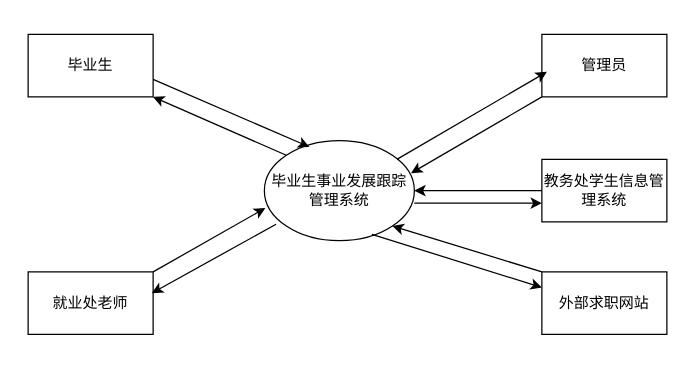
Above: 数据流图.drawio in Ringo-linqin/drawio (draw.io), before the change. Source tidied: cells renumbered, new cells numbered last; positions are measured from the earlier drawing's top-left corner, leaving out a move shared by most shapes. Both pictures are drawn from the tidied source at 125%, with x=0, y=0 at pixel (28, 34).
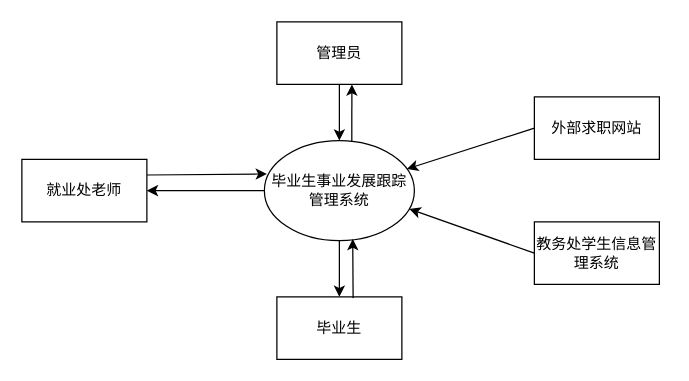
The same page after the edit.

Commit message:
更新数据流图.drawio

Unchanged cells that the change refers to:
```xml
<mxCell id="3" value="毕业生事业发展跟踪管理系统" style="shape=ellipse;html=1;dashed=0;whiteSpace=wrap;perimeter=ellipsePerimeter;" parent="1" vertex="1">
  <mxGeometry x="189" y="85" width="120" height="80" as="geometry" />
</mxCell>
```

The edit, as a diff of the source:
```diff
@@
-    <mxCell id="2" style="rounded=0;jettySize=auto;html=1;exitX=0;exitY=0;exitDx=0;exitDy=0;entryX=1;entryY=1;entryDx=0;entryDy=0;" parent="1" edge="1" source="3" target="5">
+    <mxCell id="2" style="edgeStyle=orthogonalEdgeStyle;rounded=0;jettySize=auto;html=1;exitX=0.5;exitY=1;exitDx=0;exitDy=0;" parent="1" edge="1" source="3" target="5">
       <mxGeometry relative="1" as="geometry" />
     </mxCell>
@@
-    <mxCell id="4" style="rounded=0;orthogonalLoop=1;jettySize=auto;html=1;exitX=1;exitY=0.5;exitDx=0;exitDy=0;" parent="1" edge="1">
-      <mxGeometry relative="1" as="geometry">
-        <mxPoint x="100" y="36" as="sourcePoint" />
-        <mxPoint x="225" y="90" as="targetPoint" />
-      </mxGeometry>
-    </mxCell>
     <mxCell id="5" value="毕业生" style="html=1;dashed=0;whiteSpace=wrap;" parent="1" vertex="1">
-      <mxGeometry width="100" height="50" as="geometry" />
+      <mxGeometry x="199" y="210" width="100" height="50" as="geometry" />
     </mxCell>
-    <mxCell id="6" style="rounded=0;jettySize=auto;html=1;exitX=1;exitY=0;exitDx=0;exitDy=0;entryX=0.006;entryY=0.675;entryDx=0;entryDy=0;entryPerimeter=0;" parent="1" edge="1" source="7" target="3">
+    <mxCell id="6" style="rounded=0;jettySize=auto;html=1;exitX=1;exitY=0.25;exitDx=0;exitDy=0;entryX=0.017;entryY=0.333;entryDx=0;entryDy=0;entryPerimeter=0;" parent="1" edge="1" source="7" target="3">
       <mxGeometry relative="1" as="geometry" />
     </mxCell>
+    <mxCell id="18" style="edgeStyle=orthogonalEdgeStyle;rounded=0;jettySize=auto;html=1;entryX=1;entryY=0.5;entryDx=0;entryDy=0;" parent="1" edge="1" source="3" target="7">
+      <mxGeometry relative="1" as="geometry" />
+    </mxCell>
     <mxCell id="7" value="就业处老师" style="html=1;dashed=0;whiteSpace=wrap;" parent="1" vertex="1">
-      <mxGeometry y="190" width="100" height="50" as="geometry" />
+      <mxGeometry x="-5" y="100" width="100" height="50" as="geometry" />
     </mxCell>
-    <mxCell id="8" style="rounded=0;jettySize=auto;html=1;exitX=0;exitY=1;exitDx=0;exitDy=0;entryX=0.978;entryY=0.325;entryDx=0;entryDy=0;entryPerimeter=0;" parent="1" edge="1" source="9" target="3">
+    <mxCell id="8" style="edgeStyle=orthogonalEdgeStyle;rounded=0;jettySize=auto;html=1;exitX=0.5;exitY=1;exitDx=0;exitDy=0;entryX=0.5;entryY=0;entryDx=0;entryDy=0;" parent="1" edge="1" source="9" target="3">
       <mxGeometry relative="1" as="geometry" />
     </mxCell>
     <mxCell id="9" value="管理员" style="html=1;dashed=0;whiteSpace=wrap;" parent="1" vertex="1">
-      <mxGeometry x="411" width="100" height="50" as="geometry" />
+      <mxGeometry x="199" y="-10" width="100" height="50" as="geometry" />
     </mxCell>
-    <mxCell id="10" style="edgeStyle=orthogonalEdgeStyle;rounded=0;jettySize=auto;html=1;exitX=0;exitY=0.5;exitDx=0;exitDy=0;entryX=1;entryY=0.5;entryDx=0;entryDy=0;" parent="1" edge="1" source="11" target="3">
+    <mxCell id="10" style="rounded=0;jettySize=auto;html=1;exitX=0;exitY=0.5;exitDx=0;exitDy=0;entryX=0.967;entryY=0.683;entryDx=0;entryDy=0;entryPerimeter=0;" parent="1" edge="1" source="11" target="3">
       <mxGeometry relative="1" as="geometry" />
     </mxCell>
     <mxCell id="11" value="教务处学生信息管理系统" style="html=1;dashed=0;whiteSpace=wrap;" parent="1" vertex="1">
-      <mxGeometry x="411" y="100" width="100" height="50" as="geometry" />
+      <mxGeometry x="405" y="150" width="100" height="50" as="geometry" />
     </mxCell>
-    <mxCell id="12" style="rounded=0;jettySize=auto;html=1;exitX=0;exitY=0;exitDx=0;exitDy=0;entryX=1;entryY=1;entryDx=0;entryDy=0;" parent="1" edge="1" source="13" target="3">
+    <mxCell id="12" style="rounded=0;jettySize=auto;html=1;exitX=0;exitY=0.5;exitDx=0;exitDy=0;" parent="1" edge="1" source="13" target="3">
       <mxGeometry relative="1" as="geometry" />
     </mxCell>
     <mxCell id="13" value="外部求职网站" style="html=1;dashed=0;whiteSpace=wrap;" parent="1" vertex="1">
-      <mxGeometry x="411" y="190" width="100" height="50" as="geometry" />
+      <mxGeometry x="405" y="50" width="100" height="50" as="geometry" />
     </mxCell>
-    <mxCell id="14" style="rounded=0;jettySize=auto;html=1;exitX=0.078;exitY=0.836;exitDx=0;exitDy=0;entryX=0;entryY=1;entryDx=0;entryDy=0;exitPerimeter=0;" parent="1" edge="1" source="3">
-      <mxGeometry relative="1" as="geometry">
-        <mxPoint x="99" y="207" as="targetPoint" />
-      </mxGeometry>
-    </mxCell>
-    <mxCell id="15" style="rounded=0;orthogonalLoop=1;jettySize=auto;html=1;entryX=0.978;entryY=0.325;entryDx=0;entryDy=0;entryPerimeter=0;" parent="1" edge="1">
-      <mxGeometry relative="1" as="geometry">
-        <mxPoint x="295" y="100" as="sourcePoint" />
-        <mxPoint x="415" y="30" as="targetPoint" />
-      </mxGeometry>
-    </mxCell>
-    <mxCell id="16" style="edgeStyle=orthogonalEdgeStyle;rounded=0;orthogonalLoop=1;jettySize=auto;html=1;exitX=0;exitY=0.5;exitDx=0;exitDy=0;entryX=1;entryY=0.5;entryDx=0;entryDy=0;" parent="1" edge="1">
-      <mxGeometry relative="1" as="geometry">
-        <mxPoint x="309" y="135" as="sourcePoint" />
-        <mxPoint x="411" y="135" as="targetPoint" />
-      </mxGeometry>
-    </mxCell>
-    <mxCell id="17" style="rounded=0;jettySize=auto;html=1;exitX=0;exitY=0.25;exitDx=0;exitDy=0;entryX=0;entryY=0.25;entryDx=0;entryDy=0;" parent="1" edge="1" target="13">
-      <mxGeometry relative="1" as="geometry">
-        <mxPoint x="275" y="160" as="sourcePoint" />
-      </mxGeometry>
-    </mxCell>
+    <mxCell id="19" style="rounded=0;jettySize=auto;html=1;entryX=0.589;entryY=0.983;entryDx=0;entryDy=0;entryPerimeter=0;" parent="1" edge="1" target="3">
+      <mxGeometry relative="1" as="geometry">
+        <mxPoint x="260" y="211" as="sourcePoint" />
+      </mxGeometry>
+    </mxCell>
+    <mxCell id="20" style="rounded=0;jettySize=auto;html=1;exitX=0.583;exitY=0.008;exitDx=0;exitDy=0;exitPerimeter=0;" parent="1" edge="1" source="3">
+      <mxGeometry relative="1" as="geometry">
+        <mxPoint x="259" y="40" as="targetPoint" />
+      </mxGeometry>
+    </mxCell>
```
